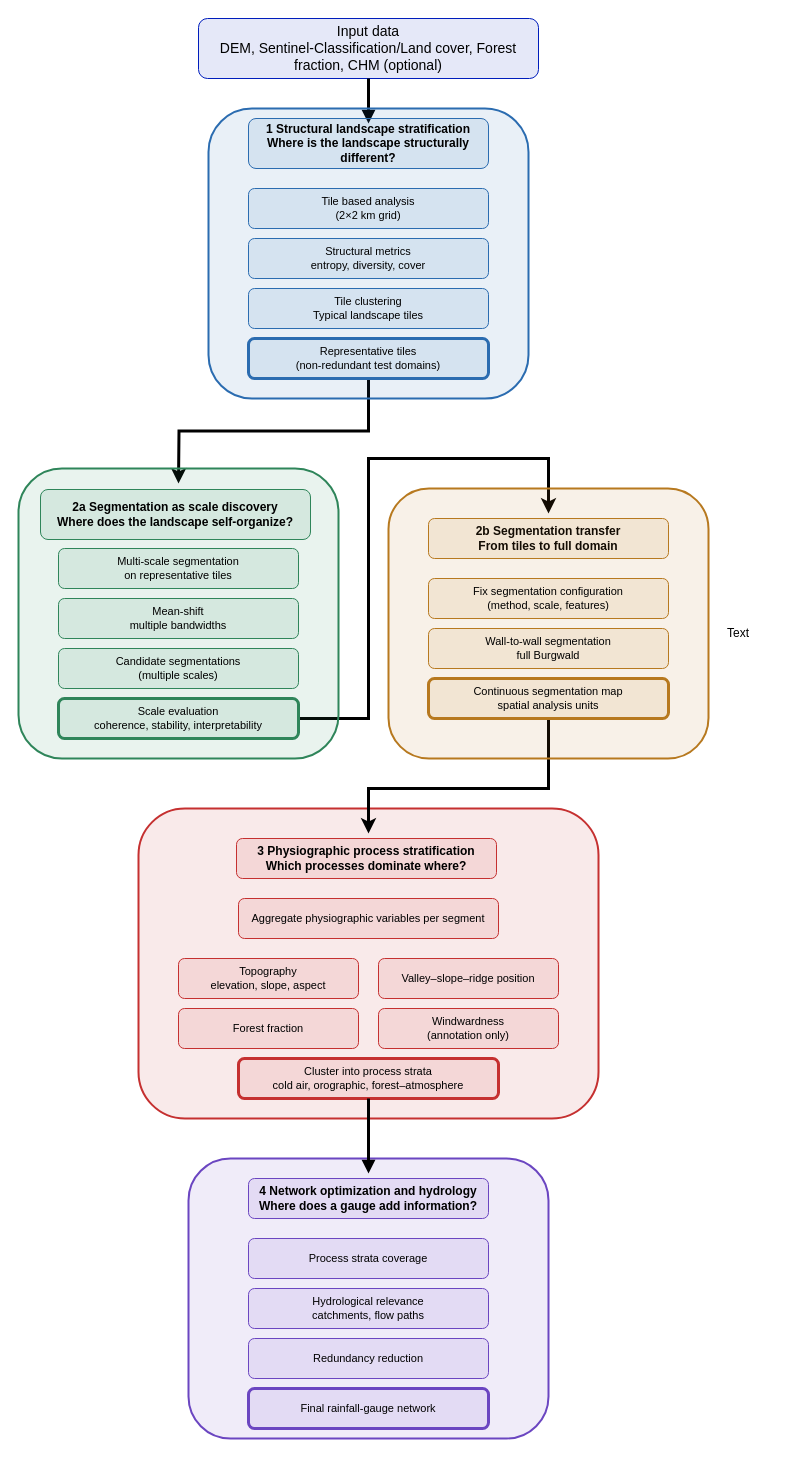
gisma-courses/LV-19-d19-006-25 keeps this draw.io diagram as images/workflow.drawio. Above is the earlier version. Source tidied: cells renumbered, new cells numbered last; positions are measured from the earlier drawing's top-left corner, leaving out a move shared by most shapes. Both pictures are drawn from the tidied source at 100%, with x=0, y=0 at pixel (18, 18).
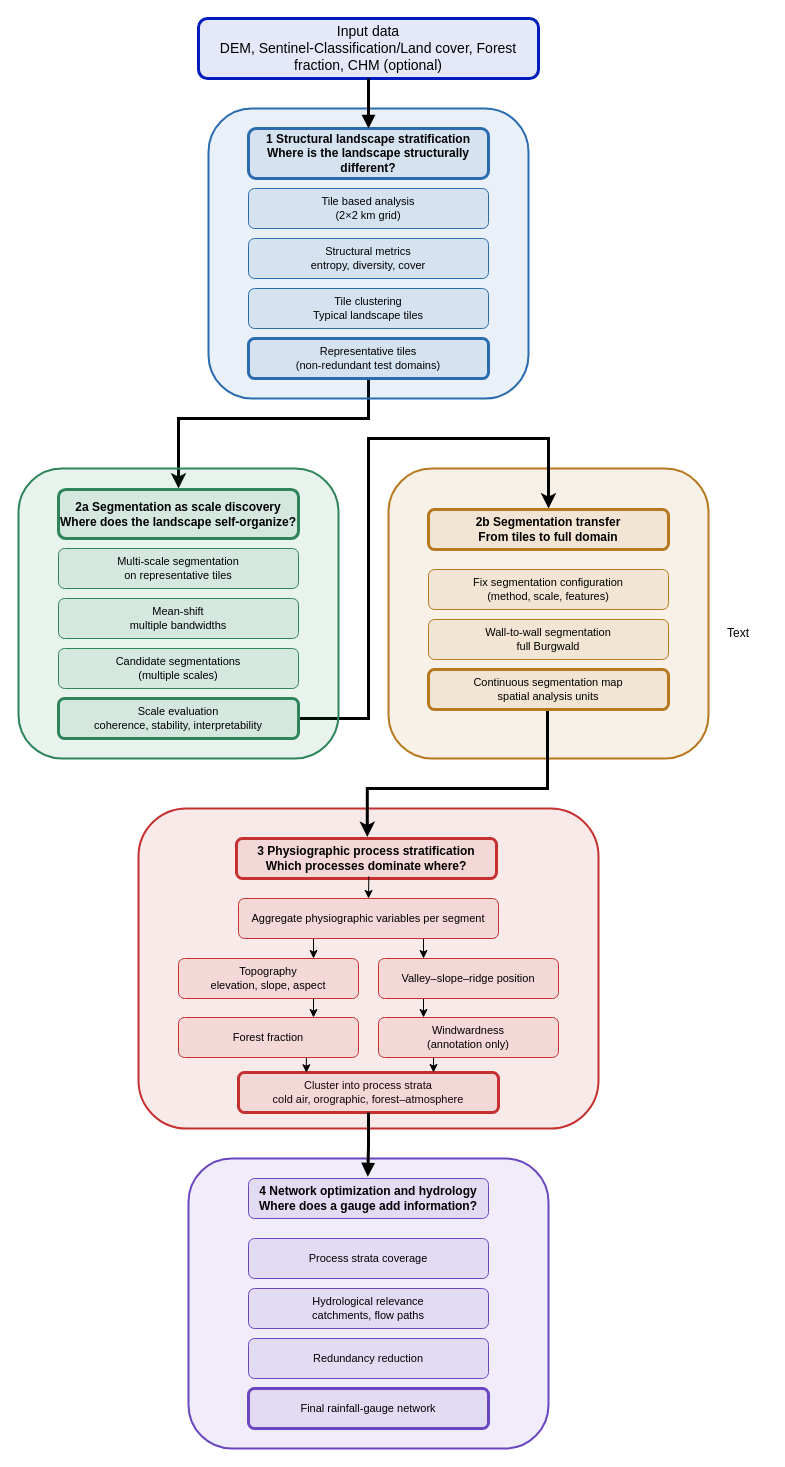
After the change.

Unchanged cells that the change refers to:
```xml
<mxCell id="4" value="Aggregate physiographic variables per segment" style="rounded=1;whiteSpace=wrap;html=1;fillColor=#C53030;fillOpacity=10;strokeColor=#C53030;fontSize=11;fontColor=light-dark(#000000,#000000);" parent="2" vertex="1">
  <mxGeometry x="100" y="90" width="260" height="40" as="geometry" />
</mxCell>
<mxCell id="5" value="Topography&#10;elevation, slope, aspect" style="rounded=1;whiteSpace=wrap;html=1;fillColor=#C53030;fillOpacity=10;strokeColor=#C53030;fontSize=11;fontColor=light-dark(#000000,#000000);" parent="2" vertex="1">
  <mxGeometry x="40" y="150" width="180" height="40" as="geometry" />
</mxCell>
<mxCell id="6" value="Valley–slope–ridge position" style="rounded=1;whiteSpace=wrap;html=1;fillColor=#C53030;fillOpacity=10;strokeColor=#C53030;fontSize=11;fontColor=light-dark(#000000,#000000);" parent="2" vertex="1">
  <mxGeometry x="240" y="150" width="180" height="40" as="geometry" />
</mxCell>
<mxCell id="28" value="Scale evaluation&#10;coherence, stability, interpretability" style="rounded=1;whiteSpace=wrap;html=1;fillColor=#2F855A;fillOpacity=10;strokeColor=#2F855A;fontSize=11;strokeWidth=3;fontColor=light-dark(#000000,#000000);" parent="1" vertex="1">
  <mxGeometry x="40" y="680" width="240" height="40" as="geometry" />
</mxCell>
<mxCell id="34" value="Representative tiles&#10;(non-redundant test domains)" style="rounded=1;whiteSpace=wrap;html=1;fillColor=#2B6CB0;fillOpacity=10;strokeColor=#2B6CB0;fontSize=11;strokeWidth=3;fontColor=light-dark(#000000,#000000);" parent="1" vertex="1">
  <mxGeometry x="230" y="320" width="240" height="40" as="geometry" />
</mxCell>
<mxCell id="40" value="&lt;span style=&quot;font-size: 12px; font-weight: 700;&quot;&gt;4 Network optimization and hydrology&lt;/span&gt;&lt;br style=&quot;font-size: 12px; font-weight: 700;&quot;&gt;&lt;span style=&quot;font-size: 12px; font-weight: 700;&quot;&gt;Where does a gauge add information?&lt;/span&gt;" style="rounded=1;whiteSpace=wrap;html=1;fillColor=#6B46C1;fillOpacity=10;strokeColor=#6B46C1;fontSize=11;fontColor=light-dark(#000000,#000000);" parent="1" vertex="1">
  <mxGeometry x="230" y="1160" width="240" height="40" as="geometry" />
</mxCell>
```

What changed in the source:
```diff
@@
+    <mxCell id="20" style="rounded=1;whiteSpace=wrap;html=1;fillColor=#B7791F;fillOpacity=10;strokeColor=#B7791F;strokeWidth=2;fontColor=light-dark(#000000,#000000);" parent="1" vertex="1">
+      <mxGeometry x="370" y="450" width="320" height="290" as="geometry" />
+    </mxCell>
-    <mxCell id="2" style="group;fontColor=light-dark(#000000,#000000);" parent="1" vertex="1">
-      <mxGeometry x="120" y="790" width="460" height="310" as="geometry" />
+    <mxCell id="2" style="group;fontColor=light-dark(#000000,#000000);strokeWidth=10;" parent="1" vertex="1">
+      <mxGeometry x="120" y="790" width="460" height="320" as="geometry" />
     </mxCell>
+    <mxCell id="9" value="Cluster into process strata&#10;cold air, orographic, forest–atmosphere" style="rounded=1;whiteSpace=wrap;html=1;fillColor=#C53030;fillOpacity=10;strokeColor=#C53030;fontSize=11;strokeWidth=3;fontColor=light-dark(#000000,#000000);" parent="2" vertex="1">
+      <mxGeometry x="100" y="264" width="260" height="40" as="geometry" />
+    </mxCell>
     <mxCell id="3" style="rounded=1;whiteSpace=wrap;html=1;fillColor=#C53030;fillOpacity=10;strokeColor=#C53030;strokeWidth=2;fontColor=light-dark(#000000,#000000);" parent="2" vertex="1">
-      <mxGeometry width="460" height="310" as="geometry" />
+      <mxGeometry width="460" height="320" as="geometry" />
     </mxCell>
+    <mxCell id="41" style="edgeStyle=orthogonalEdgeStyle;rounded=0;jettySize=auto;html=1;exitX=0.75;exitY=1;exitDx=0;exitDy=0;entryX=0.25;entryY=0;entryDx=0;entryDy=0;strokeColor=light-dark(#000000,#000000);" parent="2" edge="1" source="4" target="6">
+      <mxGeometry relative="1" as="geometry" />
+    </mxCell>
+    <mxCell id="42" style="edgeStyle=orthogonalEdgeStyle;rounded=0;jettySize=auto;html=1;exitX=0.25;exitY=1;exitDx=0;exitDy=0;entryX=0.75;entryY=0;entryDx=0;entryDy=0;strokeColor=light-dark(#000000,#000000);" parent="2" edge="1" source="4" target="5">
+      <mxGeometry relative="1" as="geometry" />
+    </mxCell>
@@
+    <mxCell id="43" style="edgeStyle=orthogonalEdgeStyle;rounded=0;jettySize=auto;html=1;exitX=0.25;exitY=1;exitDx=0;exitDy=0;entryX=0.25;entryY=0;entryDx=0;entryDy=0;strokeColor=light-dark(#000000,#000000);" parent="2" edge="1" source="6" target="8">
+      <mxGeometry relative="1" as="geometry" />
+    </mxCell>
@@
+    <mxCell id="44" style="edgeStyle=orthogonalEdgeStyle;rounded=0;jettySize=auto;html=1;exitX=0.25;exitY=1;exitDx=0;exitDy=0;entryX=0.75;entryY=0;entryDx=0;entryDy=0;strokeColor=light-dark(#000000,#000000);" parent="2" edge="1" source="8" target="9">
+      <mxGeometry relative="1" as="geometry" />
+    </mxCell>
+    <mxCell id="8" value="Windwardness&#10;(annotation only)" style="rounded=1;whiteSpace=wrap;html=1;fillColor=#C53030;fillOpacity=10;strokeColor=#C53030;fontSize=11;fontColor=light-dark(#000000,#000000);" parent="2" vertex="1">
+      <mxGeometry x="240" y="209" width="180" height="40" as="geometry" />
+    </mxCell>
+    <mxCell id="10" value="&lt;span style=&quot;font-size: 12px; font-weight: 700;&quot;&gt;3 Physiographic process stratification&lt;/span&gt;&lt;br style=&quot;font-size: 12px; font-weight: 700;&quot;&gt;&lt;span style=&quot;font-size: 12px; font-weight: 700;&quot;&gt;Which processes dominate where?&lt;/span&gt;" style="rounded=1;whiteSpace=wrap;html=1;fillColor=#C53030;fillOpacity=10;strokeColor=#C53030;fontSize=11;fontColor=light-dark(#000000,#000000);strokeWidth=3;" parent="2" vertex="1">
+      <mxGeometry x="98" y="30" width="260" height="40" as="geometry" />
+    </mxCell>
+    <mxCell id="45" style="edgeStyle=orthogonalEdgeStyle;rounded=0;jettySize=auto;html=1;exitX=0.5;exitY=0;exitDx=0;exitDy=0;entryX=0.509;entryY=0.946;entryDx=0;entryDy=0;entryPerimeter=0;strokeColor=light-dark(#000000,#000000);endArrow=none;endFill=0;startArrow=classic;startFill=1;" parent="2" edge="1" source="4" target="10">
+      <mxGeometry relative="1" as="geometry" />
+    </mxCell>
+    <mxCell id="46" style="edgeStyle=orthogonalEdgeStyle;rounded=0;jettySize=auto;html=1;exitX=0.75;exitY=1;exitDx=0;exitDy=0;entryX=0.75;entryY=0;entryDx=0;entryDy=0;strokeColor=light-dark(#000000,#000000);" parent="2" edge="1" source="5" target="7">
+      <mxGeometry relative="1" as="geometry" />
+    </mxCell>
+    <mxCell id="47" style="edgeStyle=orthogonalEdgeStyle;rounded=0;jettySize=auto;html=1;exitX=0.75;exitY=1;exitDx=0;exitDy=0;entryX=0.261;entryY=0.006;entryDx=0;entryDy=0;entryPerimeter=0;strokeColor=light-dark(#000000,#000000);" parent="2" edge="1" source="7" target="9">
+      <mxGeometry relative="1" as="geometry" />
+    </mxCell>
     <mxCell id="7" value="Forest fraction" style="rounded=1;whiteSpace=wrap;html=1;fillColor=#C53030;fillOpacity=10;strokeColor=#C53030;fontSize=11;fontColor=light-dark(#000000,#000000);" parent="2" vertex="1">
-      <mxGeometry x="40" y="200" width="180" height="40" as="geometry" />
+      <mxGeometry x="40" y="209" width="180" height="40" as="geometry" />
     </mxCell>
-    <mxCell id="8" value="Windwardness&#10;(annotation only)" style="rounded=1;whiteSpace=wrap;html=1;fillColor=#C53030;fillOpacity=10;strokeColor=#C53030;fontSize=11;fontColor=light-dark(#000000,#000000);" parent="2" vertex="1">
-      <mxGeometry x="240" y="200" width="180" height="40" as="geometry" />
-    </mxCell>
-    <mxCell id="9" value="Cluster into process strata&#10;cold air, orographic, forest–atmosphere" style="rounded=1;whiteSpace=wrap;html=1;fillColor=#C53030;fillOpacity=10;strokeColor=#C53030;fontSize=11;strokeWidth=3;fontColor=light-dark(#000000,#000000);" parent="2" vertex="1">
-      <mxGeometry x="100" y="250" width="260" height="40" as="geometry" />
-    </mxCell>
-    <mxCell id="10" value="&lt;span style=&quot;font-size: 12px; font-weight: 700;&quot;&gt;3 Physiographic process stratification&lt;/span&gt;&lt;br style=&quot;font-size: 12px; font-weight: 700;&quot;&gt;&lt;span style=&quot;font-size: 12px; font-weight: 700;&quot;&gt;Which processes dominate where?&lt;/span&gt;" style="rounded=1;whiteSpace=wrap;html=1;fillColor=#C53030;fillOpacity=10;strokeColor=#C53030;fontSize=11;fontColor=light-dark(#000000,#000000);" parent="2" vertex="1">
-      <mxGeometry x="98" y="30" width="260" height="40" as="geometry" />
-    </mxCell>
-    <mxCell id="11" value="&lt;font style=&quot;font-size: 14px;&quot;&gt;Input data&lt;br&gt;DEM, Sentinel-Classification/Land cover, Forest fraction, CHM (optional)&lt;/font&gt;" style="rounded=1;whiteSpace=wrap;html=1;fillColor=#001DBC;fillOpacity=10;strokeColor=#001DBC;fontSize=12;fontColor=light-dark(#000000,#000000);" parent="1" vertex="1">
+    <mxCell id="11" value="&lt;font style=&quot;font-size: 14px;&quot;&gt;Input data&lt;br&gt;DEM, Sentinel-Classification/Land cover, Forest fraction, CHM (optional)&lt;/font&gt;" style="rounded=1;whiteSpace=wrap;html=1;fillColor=#001DBC;fillOpacity=10;strokeColor=#001DBC;fontSize=12;fontColor=light-dark(#000000,#000000);strokeWidth=3;" parent="1" vertex="1">
       <mxGeometry x="180" width="340" height="60" as="geometry" />
     </mxCell>
     <mxCell id="12" style="rounded=1;whiteSpace=wrap;html=1;fillColor=#6B46C1;fillOpacity=10;strokeColor=#6B46C1;strokeWidth=2;fontColor=light-dark(#000000,#000000);" parent="1" vertex="1">
-      <mxGeometry x="170" y="1140" width="360" height="280" as="geometry" />
+      <mxGeometry x="170" y="1140" width="360" height="290" as="geometry" />
     </mxCell>
-    <mxCell id="13" style="edgeStyle=orthogonalEdgeStyle;rounded=0;jettySize=auto;html=1;endArrow=block;strokeWidth=3;fontColor=light-dark(#000000,#000000);strokeColor=light-dark(#000000,#333333);" parent="1" edge="1" source="11">
-      <mxGeometry relative="1" as="geometry">
-        <mxPoint x="350" y="105" as="targetPoint" />
-      </mxGeometry>
-    </mxCell>
-    <mxCell id="14" style="edgeStyle=orthogonalEdgeStyle;rounded=0;jettySize=auto;html=1;endArrow=block;strokeWidth=3;fontColor=light-dark(#000000,#000000);strokeColor=light-dark(#000000,#333333);" parent="1" edge="1" source="9">
-      <mxGeometry relative="1" as="geometry">
-        <mxPoint x="350" y="1155" as="targetPoint" />
-      </mxGeometry>
+    <mxCell id="14" style="edgeStyle=orthogonalEdgeStyle;rounded=0;jettySize=auto;html=1;endArrow=block;strokeWidth=3;fontColor=light-dark(#000000,#000000);strokeColor=light-dark(#000000,#333333);entryX=0.497;entryY=-0.047;entryDx=0;entryDy=0;entryPerimeter=0;" parent="1" edge="1" source="9" target="40">
+      <mxGeometry relative="1" as="geometry" />
     </mxCell>
     <mxCell id="15" style="edgeStyle=orthogonalEdgeStyle;rounded=0;jettySize=auto;html=1;exitX=0.5;exitY=1;exitDx=0;exitDy=0;strokeWidth=3;fontColor=light-dark(#000000,#000000);strokeColor=light-dark(#000000,#333333);" parent="1" edge="1" source="34">
       <mxGeometry relative="1" as="geometry">
-        <mxPoint x="160" y="465" as="targetPoint" />
+        <mxPoint x="160" y="470" as="targetPoint" />
+        <Array as="points">
+          <mxPoint x="350" y="400" />
+          <mxPoint x="160" y="400" />
+        </Array>
       </mxGeometry>
     </mxCell>
-    <mxCell id="16" style="edgeStyle=orthogonalEdgeStyle;rounded=0;jettySize=auto;html=1;exitX=0.5;exitY=1;exitDx=0;exitDy=0;strokeWidth=3;fontColor=light-dark(#000000,#000000);strokeColor=light-dark(#000000,#333333);" parent="1" edge="1" source="23">
+    <mxCell id="16" style="edgeStyle=orthogonalEdgeStyle;rounded=0;orthogonalLoop=1;jettySize=auto;html=1;exitX=0.5;exitY=1;exitDx=0;exitDy=0;strokeWidth=3;fontColor=light-dark(#000000,#000000);strokeColor=light-dark(#000000,#333333);entryX=0.507;entryY=-0.04;entryDx=0;entryDy=0;entryPerimeter=0;" parent="1" edge="1">
       <mxGeometry relative="1" as="geometry">
-        <mxPoint x="350" y="815" as="targetPoint" />
+        <mxPoint x="529" y="691" as="sourcePoint" />
+        <mxPoint x="348.8" y="818.4" as="targetPoint" />
         <Array as="points">
-          <mxPoint x="530" y="770" />
-          <mxPoint x="350" y="770" />
+          <mxPoint x="529" y="770" />
+          <mxPoint x="349" y="770" />
         </Array>
       </mxGeometry>
     </mxCell>
-    <mxCell id="17" style="edgeStyle=orthogonalEdgeStyle;rounded=0;jettySize=auto;html=1;exitX=1;exitY=0.5;exitDx=0;exitDy=0;entryX=0.5;entryY=0;entryDx=0;entryDy=0;strokeWidth=3;fontColor=light-dark(#000000,#000000);strokeColor=light-dark(#000000,#333333);" parent="1" edge="1" source="28">
+    <mxCell id="17" style="edgeStyle=orthogonalEdgeStyle;rounded=0;jettySize=auto;html=1;exitX=1;exitY=0.5;exitDx=0;exitDy=0;strokeWidth=3;fontColor=light-dark(#000000,#000000);strokeColor=light-dark(#000000,#333333);" parent="1" edge="1" source="28">
       <mxGeometry relative="1" as="geometry">
-        <mxPoint x="530" y="495" as="targetPoint" />
+        <mxPoint x="530" y="490" as="targetPoint" />
         <Array as="points">
           <mxPoint x="350" y="700" />
-          <mxPoint x="350" y="440" />
-          <mxPoint x="530" y="440" />
+          <mxPoint x="350" y="420" />
+          <mxPoint x="530" y="420" />
         </Array>
       </mxGeometry>
     </mxCell>
-    <mxCell id="18" value="&lt;span style=&quot;font-size: 12px; font-weight: 700;&quot;&gt;2b Segmentation transfer&lt;/span&gt;&lt;br style=&quot;font-size: 12px; font-weight: 700;&quot;&gt;&lt;span style=&quot;font-size: 12px; font-weight: 700;&quot;&gt;From tiles to full domain&lt;/span&gt;" style="rounded=1;whiteSpace=wrap;html=1;fillColor=#B7791F;fillOpacity=10;strokeColor=#B7791F;fontSize=11;fontColor=light-dark(#000000,#000000);" parent="1" vertex="1">
-      <mxGeometry x="410" y="500" width="240" height="40" as="geometry" />
+    <mxCell id="18" value="&lt;span style=&quot;font-size: 12px; font-weight: 700;&quot;&gt;2b Segmentation transfer&lt;/span&gt;&lt;br style=&quot;font-size: 12px; font-weight: 700;&quot;&gt;&lt;span style=&quot;font-size: 12px; font-weight: 700;&quot;&gt;From tiles to full domain&lt;/span&gt;" style="rounded=1;whiteSpace=wrap;html=1;fillColor=#B7791F;fillOpacity=10;strokeColor=#B7791F;fontSize=11;fontColor=light-dark(#000000,#000000);strokeWidth=3;" parent="1" vertex="1">
+      <mxGeometry x="410" y="491" width="240" height="40" as="geometry" />
     </mxCell>
@@
-    <mxCell id="20" style="rounded=1;whiteSpace=wrap;html=1;fillColor=#B7791F;fillOpacity=10;strokeColor=#B7791F;strokeWidth=2;fontColor=light-dark(#000000,#000000);" parent="1" vertex="1">
-      <mxGeometry x="370" y="470" width="320" height="270" as="geometry" />
-    </mxCell>
     <mxCell id="21" value="Fix segmentation configuration&#10;(method, scale, features)" style="rounded=1;whiteSpace=wrap;html=1;fillColor=#B7791F;fillOpacity=10;strokeColor=#B7791F;fontSize=11;fontColor=light-dark(#000000,#000000);" parent="1" vertex="1">
-      <mxGeometry x="410" y="560" width="240" height="40" as="geometry" />
+      <mxGeometry x="410" y="551" width="240" height="40" as="geometry" />
     </mxCell>
     <mxCell id="22" value="Wall-to-wall segmentation&#10;full Burgwald" style="rounded=1;whiteSpace=wrap;html=1;fillColor=#B7791F;fillOpacity=10;strokeColor=#B7791F;fontSize=11;fontColor=light-dark(#000000,#000000);" parent="1" vertex="1">
-      <mxGeometry x="410" y="610" width="240" height="40" as="geometry" />
+      <mxGeometry x="410" y="601" width="240" height="40" as="geometry" />
     </mxCell>
     <mxCell id="23" value="Continuous segmentation map&#10;spatial analysis units" style="rounded=1;whiteSpace=wrap;html=1;fillColor=#B7791F;fillOpacity=10;strokeColor=#B7791F;fontSize=11;strokeWidth=3;fontColor=light-dark(#000000,#000000);" parent="1" vertex="1">
-      <mxGeometry x="410" y="660" width="240" height="40" as="geometry" />
+      <mxGeometry x="410" y="651" width="240" height="40" as="geometry" />
     </mxCell>
@@
-    <mxCell id="29" value="&lt;span style=&quot;font-size: 12px; font-weight: 700;&quot;&gt;2a Segmentation as scale discovery&lt;/span&gt;&lt;br style=&quot;font-size: 12px; font-weight: 700;&quot;&gt;&lt;span style=&quot;font-size: 12px; font-weight: 700;&quot;&gt;Where does the landscape self-organize?&lt;/span&gt;" style="rounded=1;whiteSpace=wrap;html=1;fillColor=#2F855A;fillOpacity=10;strokeColor=#2F855A;fontSize=11;fontColor=light-dark(#000000,#000000);" parent="1" vertex="1">
-      <mxGeometry x="22" y="471" width="270" height="50" as="geometry" />
+    <mxCell id="29" value="&lt;span style=&quot;font-size: 12px; font-weight: 700;&quot;&gt;2a Segmentation as scale discovery&lt;/span&gt;&lt;br style=&quot;font-size: 12px; font-weight: 700;&quot;&gt;&lt;span style=&quot;font-size: 12px; font-weight: 700;&quot;&gt;Where does the landscape self-organize?&lt;/span&gt;" style="rounded=1;whiteSpace=wrap;html=1;fillColor=#2F855A;fillOpacity=10;strokeColor=#2F855A;fontSize=11;fontColor=light-dark(#000000,#000000);strokeWidth=3;" parent="1" vertex="1">
+      <mxGeometry x="40" y="471" width="240" height="49" as="geometry" />
     </mxCell>
@@
-    <mxCell id="35" value="&lt;span style=&quot;font-size: 12px; font-weight: 700;&quot;&gt;1 Structural landscape stratification&lt;/span&gt;&lt;br style=&quot;font-size: 12px; font-weight: 700;&quot;&gt;&lt;span style=&quot;font-size: 12px; font-weight: 700;&quot;&gt;Where is the landscape structurally different?&lt;/span&gt;" style="rounded=1;whiteSpace=wrap;html=1;fillColor=#2B6CB0;fillOpacity=10;strokeColor=#2B6CB0;fontSize=11;fontColor=light-dark(#000000,#000000);" parent="1" vertex="1">
-      <mxGeometry x="230" y="100" width="240" height="50" as="geometry" />
+    <mxCell id="35" value="&lt;span style=&quot;font-size: 12px; font-weight: 700;&quot;&gt;1 Structural landscape stratification&lt;/span&gt;&lt;br style=&quot;font-size: 12px; font-weight: 700;&quot;&gt;&lt;span style=&quot;font-size: 12px; font-weight: 700;&quot;&gt;Where is the landscape structurally different?&lt;/span&gt;" style="rounded=1;whiteSpace=wrap;html=1;fillColor=#2B6CB0;fillOpacity=10;strokeColor=#2B6CB0;fontSize=11;fontColor=light-dark(#000000,#000000);strokeWidth=3;" parent="1" vertex="1">
+      <mxGeometry x="230" y="110" width="240" height="50" as="geometry" />
     </mxCell>
@@
+    <mxCell id="13" style="edgeStyle=orthogonalEdgeStyle;rounded=0;jettySize=auto;html=1;endArrow=block;strokeWidth=3;fontColor=light-dark(#000000,#000000);strokeColor=light-dark(#000000,#333333);entryX=0.5;entryY=0;entryDx=0;entryDy=0;" parent="1" edge="1" source="11" target="35">
+      <mxGeometry relative="1" as="geometry" />
+    </mxCell>
```
